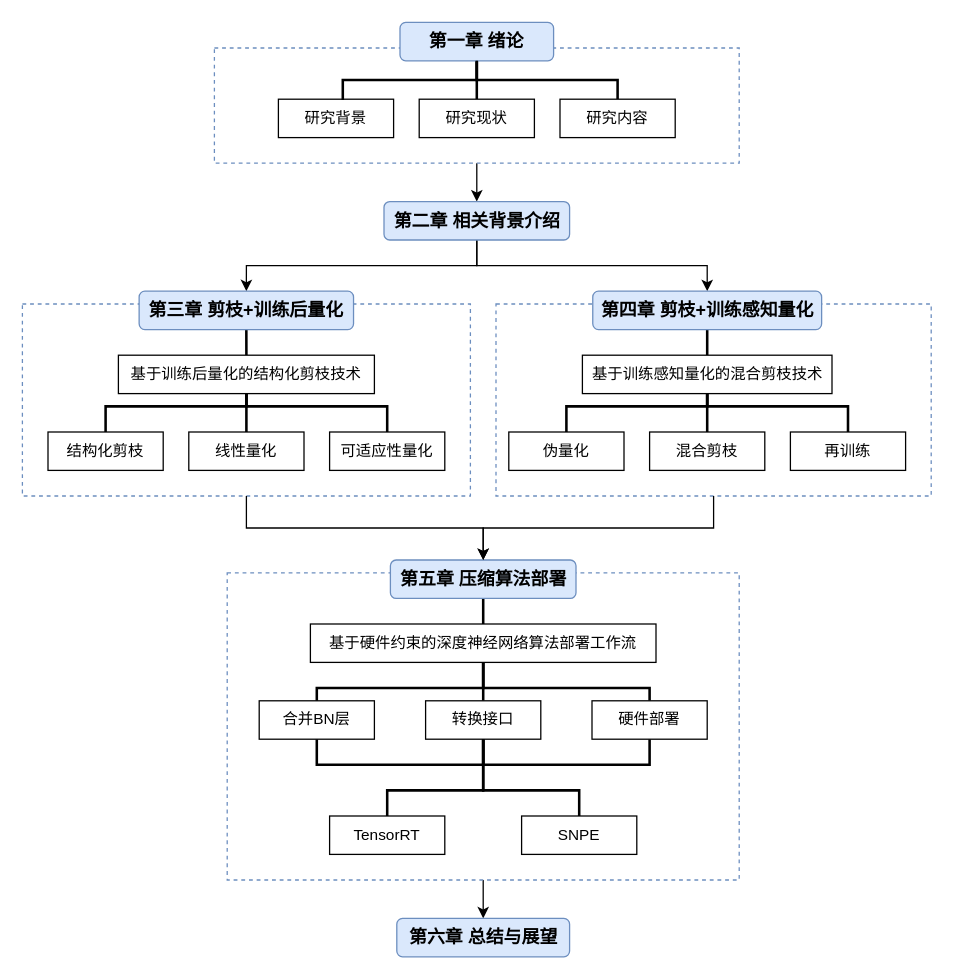
This is 文章结构.drawio from JIANGBOFENG/MY_GIT_Repo, a draw.io file, before an edit. Source tidied: cells renumbered, new cells numbered last; positions are measured from the earlier drawing's top-left corner, leaving out a move shared by most shapes. Both pictures are drawn from the tidied source at 128%, with x=0, y=0 at pixel (22, 22).
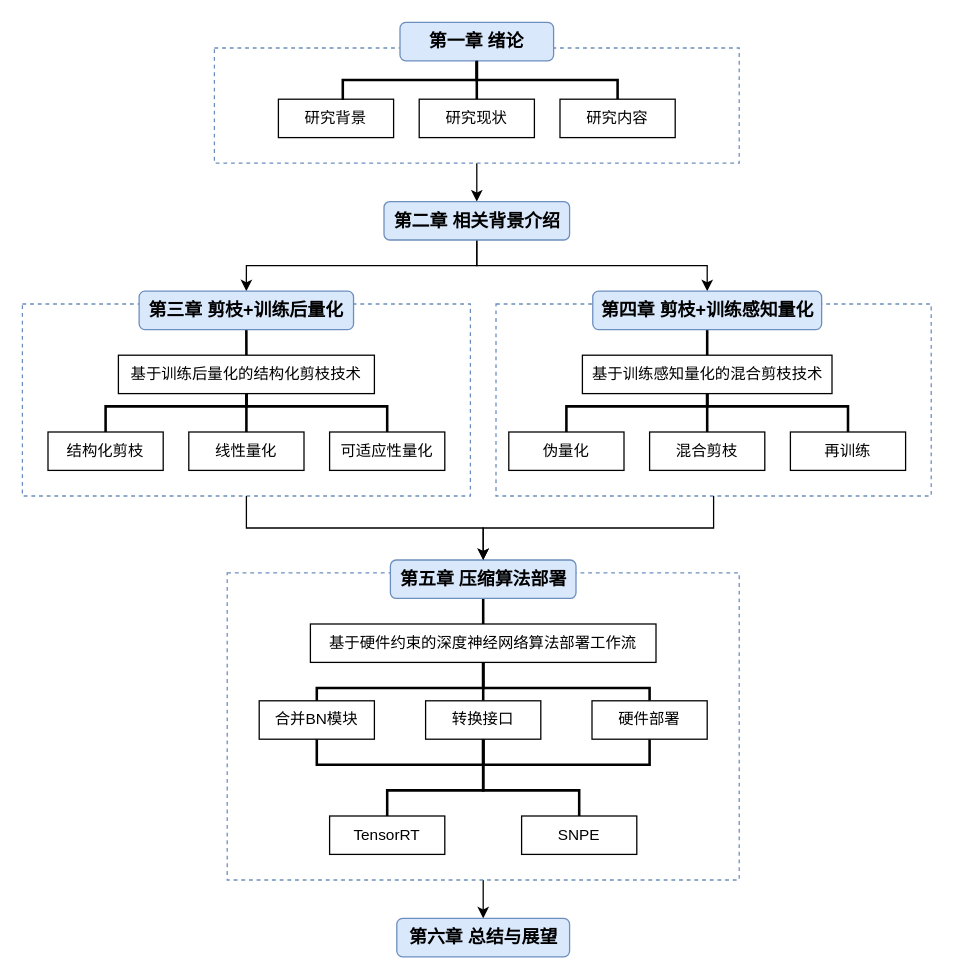
Above is the later version.

Commit message:
更新文章结构.drawio

Diff of the diagram source:
```diff
@@
-    <mxCell id="33" value="合并BN层" style="rounded=0;whiteSpace=wrap;html=1;" parent="1" vertex="1">
+    <mxCell id="33" value="合并BN模块" style="rounded=0;whiteSpace=wrap;html=1;" parent="1" vertex="1">
       <mxGeometry x="185" y="530" width="90" height="30" as="geometry" />
     </mxCell>
```
